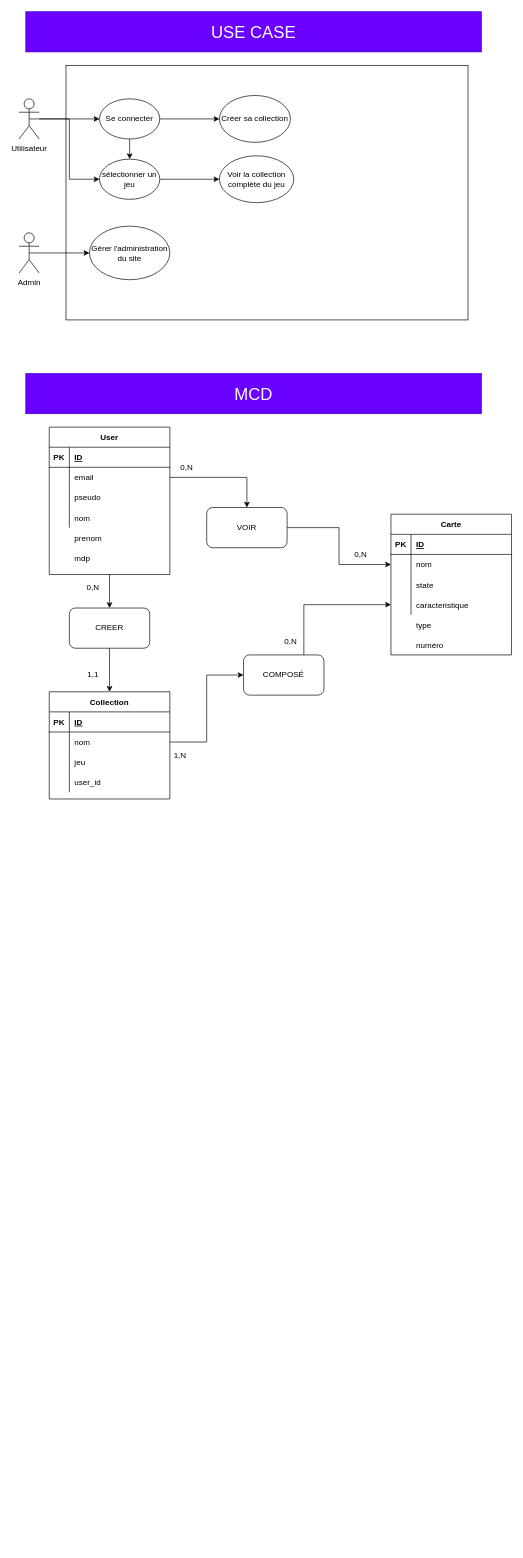
Before: concemption.drawio in GodofBaguette/CardStorm, a draw.io diagram. Source tidied: cells renumbered, new cells numbered last; positions are measured from the earlier drawing's top-left corner, leaving out a move shared by most shapes. Both pictures are drawn from the tidied source at 67%, with x=0, y=0 at pixel (19, 11).
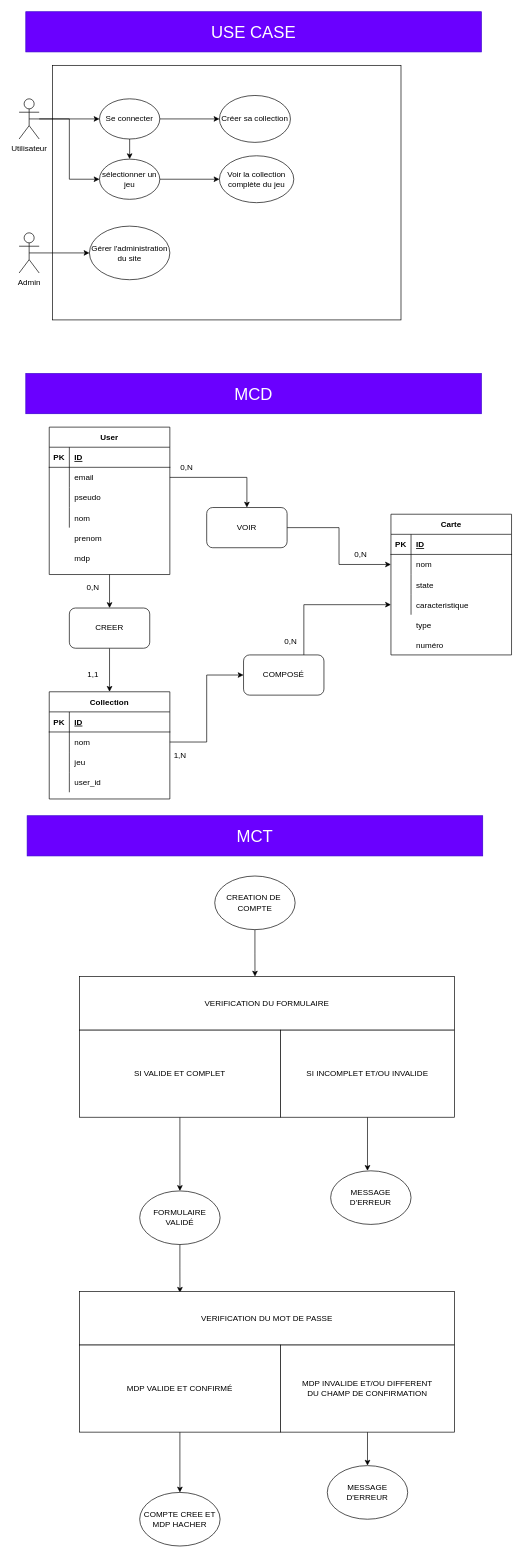
After the change.

Change to the diagram source:
```diff
@@
     <mxCell id="2" style="rounded=0;whiteSpace=wrap;html=1;" parent="1" vertex="1">
-      <mxGeometry x="70" y="80" width="600" height="380" as="geometry" />
+      <mxGeometry x="50" y="80" width="520" height="380" as="geometry" />
     </mxCell>
@@
+    <mxCell id="76" value="&lt;font style=&quot;font-size: 25px&quot;&gt;MCT&lt;/font&gt;" style="rounded=0;whiteSpace=wrap;html=1;fillColor=#6a00ff;strokeColor=#3700CC;fontColor=#ffffff;" parent="1" vertex="1">
+      <mxGeometry x="12" y="1200" width="680" height="60" as="geometry" />
+    </mxCell>
+    <mxCell id="77" style="edgeStyle=orthogonalEdgeStyle;rounded=0;jettySize=auto;html=1;exitX=0.5;exitY=1;exitDx=0;exitDy=0;entryX=0.468;entryY=0;entryDx=0;entryDy=0;entryPerimeter=0;" parent="1" edge="1" source="78" target="79">
+      <mxGeometry relative="1" as="geometry" />
+    </mxCell>
+    <mxCell id="78" value="CREATION DE&amp;nbsp;&lt;br&gt;COMPTE" style="ellipse;whiteSpace=wrap;html=1;" parent="1" vertex="1">
+      <mxGeometry x="292" y="1290" width="120" height="80" as="geometry" />
+    </mxCell>
+    <mxCell id="79" value="VERIFICATION DU FORMULAIRE" style="rounded=0;whiteSpace=wrap;html=1;" parent="1" vertex="1">
+      <mxGeometry x="90" y="1440" width="560" height="80" as="geometry" />
+    </mxCell>
+    <mxCell id="80" style="edgeStyle=orthogonalEdgeStyle;rounded=0;jettySize=auto;html=1;exitX=0.5;exitY=1;exitDx=0;exitDy=0;" parent="1" edge="1" source="81" target="85">
+      <mxGeometry relative="1" as="geometry" />
+    </mxCell>
+    <mxCell id="81" value="SI VALIDE ET COMPLET" style="rounded=0;whiteSpace=wrap;html=1;" parent="1" vertex="1">
+      <mxGeometry x="90" y="1520" width="300" height="130" as="geometry" />
+    </mxCell>
+    <mxCell id="82" style="edgeStyle=orthogonalEdgeStyle;rounded=0;jettySize=auto;html=1;exitX=0.5;exitY=1;exitDx=0;exitDy=0;" parent="1" edge="1" source="83">
+      <mxGeometry relative="1" as="geometry">
+        <mxPoint x="520" y="1730" as="targetPoint" />
+      </mxGeometry>
+    </mxCell>
+    <mxCell id="83" value="SI INCOMPLET ET/OU INVALIDE" style="rounded=0;whiteSpace=wrap;html=1;" parent="1" vertex="1">
+      <mxGeometry x="390" y="1520" width="260" height="130" as="geometry" />
+    </mxCell>
+    <mxCell id="84" style="edgeStyle=orthogonalEdgeStyle;rounded=0;jettySize=auto;html=1;exitX=0.5;exitY=1;exitDx=0;exitDy=0;entryX=0.268;entryY=0.025;entryDx=0;entryDy=0;entryPerimeter=0;" parent="1" edge="1" source="85" target="87">
+      <mxGeometry relative="1" as="geometry" />
+    </mxCell>
+    <mxCell id="85" value="FORMULAIRE&lt;br&gt;VALIDÉ" style="ellipse;whiteSpace=wrap;html=1;" parent="1" vertex="1">
+      <mxGeometry x="180" y="1760" width="120" height="80" as="geometry" />
+    </mxCell>
+    <mxCell id="86" value="MESSAGE&lt;br&gt;D'ERREUR" style="ellipse;whiteSpace=wrap;html=1;" parent="1" vertex="1">
+      <mxGeometry x="465" y="1730" width="120" height="80" as="geometry" />
+    </mxCell>
+    <mxCell id="87" value="VERIFICATION DU MOT DE PASSE" style="rounded=0;whiteSpace=wrap;html=1;" parent="1" vertex="1">
+      <mxGeometry x="90" y="1910" width="560" height="80" as="geometry" />
+    </mxCell>
+    <mxCell id="88" style="edgeStyle=orthogonalEdgeStyle;rounded=0;jettySize=auto;html=1;exitX=0.5;exitY=1;exitDx=0;exitDy=0;" parent="1" edge="1" source="89" target="93">
+      <mxGeometry relative="1" as="geometry" />
+    </mxCell>
+    <mxCell id="89" value="MDP VALIDE ET CONFIRMÉ" style="rounded=0;whiteSpace=wrap;html=1;" parent="1" vertex="1">
+      <mxGeometry x="90" y="1990" width="300" height="130" as="geometry" />
+    </mxCell>
+    <mxCell id="90" style="edgeStyle=orthogonalEdgeStyle;rounded=0;jettySize=auto;html=1;exitX=0.5;exitY=1;exitDx=0;exitDy=0;" parent="1" edge="1" source="91" target="92">
+      <mxGeometry relative="1" as="geometry" />
+    </mxCell>
+    <mxCell id="91" value="MDP INVALIDE ET/OU DIFFERENT&lt;br&gt;DU CHAMP DE CONFIRMATION" style="rounded=0;whiteSpace=wrap;html=1;" parent="1" vertex="1">
+      <mxGeometry x="390" y="1990" width="260" height="130" as="geometry" />
+    </mxCell>
+    <mxCell id="92" value="MESSAGE D'ERREUR" style="ellipse;whiteSpace=wrap;html=1;" parent="1" vertex="1">
+      <mxGeometry x="460" y="2170" width="120" height="80" as="geometry" />
+    </mxCell>
+    <mxCell id="93" value="COMPTE CREE ET&lt;br&gt;MDP HACHER" style="ellipse;whiteSpace=wrap;html=1;" parent="1" vertex="1">
+      <mxGeometry x="180" y="2210" width="120" height="80" as="geometry" />
+    </mxCell>
```
